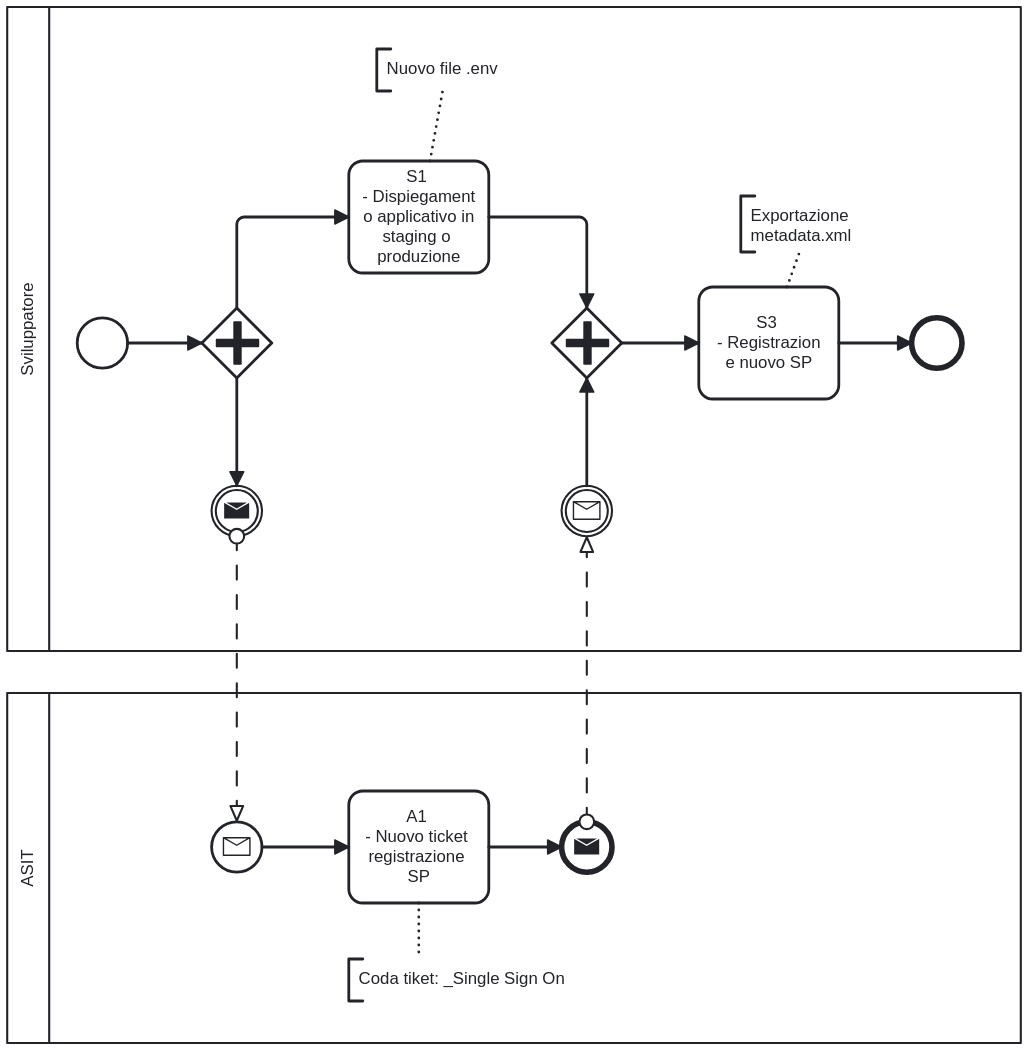
Piattaforme-Applicativi/soul-docs keeps this BPMN diagram as nextjs/diagrammi/auth-integration-workflow.svg. Above is the earlier version. Its source is kept beside it as nextjs/diagrammi/auth-integration-workflow.bpmn. Ids are renumbered.
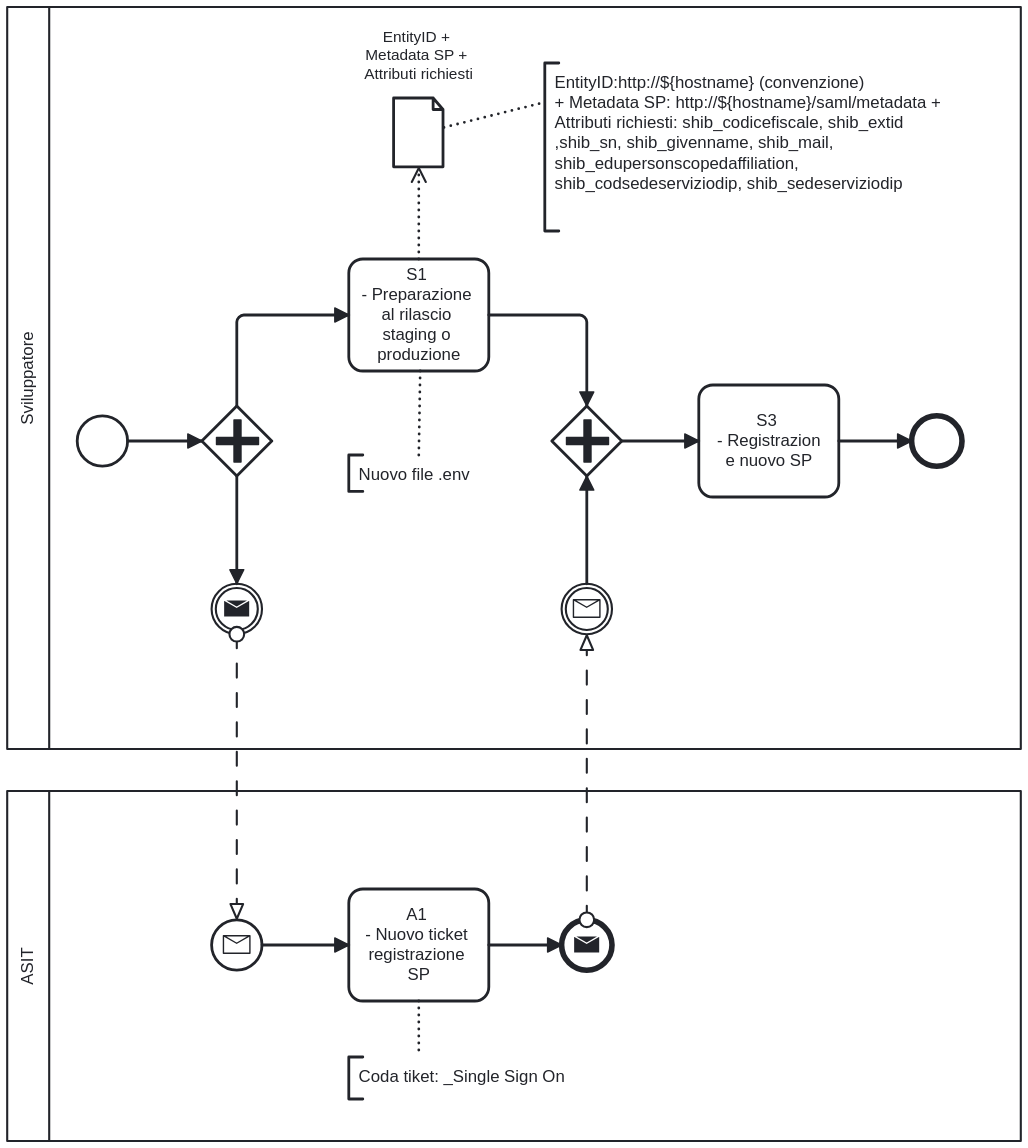
The same diagram one commit later.

Commit message:
NEW: Aggiunte note per il processo di rilascio in produzione o staging

What changed in the source:
```diff
@@ -7,14 +7,15 @@
     <bpmn:textAnnotation id="TextAnnotation_n13">
       <bpmn:text>Nuovo file .env</bpmn:text>
     </bpmn:textAnnotation>
-    <bpmn:textAnnotation id="TextAnnotation_n14">
-      <bpmn:text>Exportazione metadata.xml</bpmn:text>
-    </bpmn:textAnnotation>
     <bpmn:textAnnotation id="TextAnnotation_n15">
       <bpmn:text>Coda tiket: _Single Sign On</bpmn:text>
     </bpmn:textAnnotation>
-    <bpmn:association id="Association_n16" associationDirection="None" sourceRef="Activity_n17" targetRef="TextAnnotation_n14" />
+    <bpmn:textAnnotation id="TextAnnotation_n39">
+      <bpmn:text>EntityID:http://${hostname} (convenzione)  + Metadata SP: http://${hostname}/saml/metadata + Attributi richiesti: shib_codicefiscale, shib_extid ,shib_sn, shib_givenname, shib_mail, shib_edupersonscopedaffiliation, shib_codsedeserviziodip, shib_sedeserviziodip</bpmn:text>
+    </bpmn:textAnnotation>
+    <bpmn:association id="Association_n38" associationDirection="None" sourceRef="Activity_n34" targetRef="TextAnnotation_n15" />
     <bpmn:association id="Association_n18" associationDirection="None" sourceRef="Activity_n19" targetRef="TextAnnotation_n13" />
+    <bpmn:association id="Association_n40" associationDirection="None" sourceRef="DataObjectReference_n41" targetRef="TextAnnotation_n39" />
   </bpmn:collaboration>
   <bpmn:process id="Process_n4" isExecutable="false">
     <bpmn:startEvent id="StartEvent_n20">
@@ -37,16 +38,13 @@
       <bpmn:incoming>Flow_n30</bpmn:incoming>
       <bpmn:outgoing>Flow_n24</bpmn:outgoing>
     </bpmn:parallelGateway>
-    <bpmn:task id="Activity_n19" name="S1 - Dispiegamento applicativo in staging o produzione">
+    <bpmn:task id="Activity_n19" name="S1 - Preparazione al rilascio staging o produzione">
       <bpmn:incoming>Flow_n26</bpmn:incoming>
       <bpmn:outgoing>Flow_n29</bpmn:outgoing>
+      <bpmn:dataOutputAssociation id="DataOutputAssociation_n42">
+        <bpmn:targetRef>DataObjectReference_n41</bpmn:targetRef>
+      </bpmn:dataOutputAssociation>
     </bpmn:task>
-    <bpmn:sequenceFlow id="Flow_n21" sourceRef="StartEvent_n20" targetRef="Gateway_n25" />
-    <bpmn:sequenceFlow id="Flow_n23" sourceRef="Activity_n17" targetRef="Event_n22" />
-    <bpmn:sequenceFlow id="Flow_n24" sourceRef="Gateway_n28" targetRef="Activity_n17" />
-    <bpmn:sequenceFlow id="Flow_n26" sourceRef="Gateway_n25" targetRef="Activity_n19" />
-    <bpmn:sequenceFlow id="Flow_n29" sourceRef="Activity_n19" targetRef="Gateway_n28" />
-    <bpmn:sequenceFlow id="Flow_n27" sourceRef="Gateway_n25" targetRef="Event_n8" />
     <bpmn:intermediateThrowEvent id="Event_n8">
       <bpmn:incoming>Flow_n27</bpmn:incoming>
       <bpmn:messageEventDefinition id="MessageEventDefinition_n31" />
@@ -55,15 +53,21 @@
       <bpmn:outgoing>Flow_n30</bpmn:outgoing>
       <bpmn:messageEventDefinition id="MessageEventDefinition_n32" />
     </bpmn:intermediateCatchEvent>
+    <bpmn:dataObjectReference id="DataObjectReference_n41" name="EntityID + Metadata SP + Attributi richiesti" dataObjectRef="DataObject_n43" />
+    <bpmn:dataObject id="DataObject_n43" />
+    <bpmn:sequenceFlow id="Flow_n21" sourceRef="StartEvent_n20" targetRef="Gateway_n25" />
+    <bpmn:sequenceFlow id="Flow_n23" sourceRef="Activity_n17" targetRef="Event_n22" />
+    <bpmn:sequenceFlow id="Flow_n24" sourceRef="Gateway_n28" targetRef="Activity_n17" />
+    <bpmn:sequenceFlow id="Flow_n26" sourceRef="Gateway_n25" targetRef="Activity_n19" />
+    <bpmn:sequenceFlow id="Flow_n27" sourceRef="Gateway_n25" targetRef="Event_n8" />
+    <bpmn:sequenceFlow id="Flow_n29" sourceRef="Activity_n19" targetRef="Gateway_n28" />
     <bpmn:sequenceFlow id="Flow_n30" sourceRef="Event_n12" targetRef="Gateway_n28" />
   </bpmn:process>
   <bpmn:process id="Process_n6">
-    <bpmn:sequenceFlow id="Flow_n33" sourceRef="Event_n9" targetRef="Activity_n34" />
     <bpmn:startEvent id="Event_n9">
       <bpmn:outgoing>Flow_n33</bpmn:outgoing>
       <bpmn:messageEventDefinition id="MessageEventDefinition_n35" />
     </bpmn:startEvent>
-    <bpmn:sequenceFlow id="Flow_n36" sourceRef="Activity_n34" targetRef="Event_n11" />
     <bpmn:endEvent id="Event_n11">
       <bpmn:incoming>Flow_n36</bpmn:incoming>
       <bpmn:messageEventDefinition id="MessageEventDefinition_n37" />
@@ -72,123 +76,134 @@
       <bpmn:incoming>Flow_n33</bpmn:incoming>
       <bpmn:outgoing>Flow_n36</bpmn:outgoing>
     </bpmn:task>
-    <bpmn:association id="Association_n38" associationDirection="None" sourceRef="Activity_n34" targetRef="TextAnnotation_n15" />
+    <bpmn:sequenceFlow id="Flow_n33" sourceRef="Event_n9" targetRef="Activity_n34" />
+    <bpmn:sequenceFlow id="Flow_n36" sourceRef="Activity_n34" targetRef="Event_n11" />
   </bpmn:process>
   <bpmndi:BPMNDiagram id="BPMNDiagram_1">
     <bpmndi:BPMNPlane id="BPMNPlane_1" bpmnElement="Collaboration_n2">
       <bpmndi:BPMNShape id="Participant_n3_di" bpmnElement="Participant_n3" isHorizontal="true">
-        <dc:Bounds x="156" y="80" width="724" height="460" />
+        <dc:Bounds x="156" y="80" width="724" height="530" />
         <bpmndi:BPMNLabel />
       </bpmndi:BPMNShape>
       <bpmndi:BPMNShape id="_BPMNShape_StartEvent_2" bpmnElement="StartEvent_n20">
-        <dc:Bounds x="206" y="302" width="36" height="36" />
+        <dc:Bounds x="206" y="372" width="36" height="36" />
       </bpmndi:BPMNShape>
       <bpmndi:BPMNShape id="Event_n22_di" bpmnElement="Event_n22">
-        <dc:Bounds x="802" y="302" width="36" height="36" />
+        <dc:Bounds x="802" y="372" width="36" height="36" />
       </bpmndi:BPMNShape>
       <bpmndi:BPMNShape id="Activity_n17_di" bpmnElement="Activity_n17">
-        <dc:Bounds x="650" y="280" width="100" height="80" />
+        <dc:Bounds x="650" y="350" width="100" height="80" />
         <bpmndi:BPMNLabel />
       </bpmndi:BPMNShape>
       <bpmndi:BPMNShape id="Gateway_0pqk522_di" bpmnElement="Gateway_n25">
-        <dc:Bounds x="295" y="295" width="50" height="50" />
+        <dc:Bounds x="295" y="365" width="50" height="50" />
       </bpmndi:BPMNShape>
       <bpmndi:BPMNShape id="Gateway_0qbf2g2_di" bpmnElement="Gateway_n28">
-        <dc:Bounds x="545" y="295" width="50" height="50" />
+        <dc:Bounds x="545" y="365" width="50" height="50" />
       </bpmndi:BPMNShape>
       <bpmndi:BPMNShape id="Activity_n19_di" bpmnElement="Activity_n19">
-        <dc:Bounds x="400" y="190" width="100" height="80" />
+        <dc:Bounds x="400" y="260" width="100" height="80" />
         <bpmndi:BPMNLabel />
       </bpmndi:BPMNShape>
       <bpmndi:BPMNShape id="Event_1ingvuc_di" bpmnElement="Event_n8">
-        <dc:Bounds x="302" y="422" width="36" height="36" />
+        <dc:Bounds x="302" y="492" width="36" height="36" />
       </bpmndi:BPMNShape>
       <bpmndi:BPMNShape id="Event_0frurni_di" bpmnElement="Event_n12">
-        <dc:Bounds x="552" y="422" width="36" height="36" />
+        <dc:Bounds x="552" y="492" width="36" height="36" />
+      </bpmndi:BPMNShape>
+      <bpmndi:BPMNShape id="DataObjectReference_n41_di" bpmnElement="DataObjectReference_n41">
+        <dc:Bounds x="432" y="145" width="36" height="50" />
+        <bpmndi:BPMNLabel>
+          <dc:Bounds x="411" y="95" width="78" height="40" />
+        </bpmndi:BPMNLabel>
       </bpmndi:BPMNShape>
       <bpmndi:BPMNEdge id="Flow_n21_di" bpmnElement="Flow_n21">
-        <di:waypoint x="242" y="320" />
-        <di:waypoint x="295" y="320" />
+        <di:waypoint x="242" y="390" />
+        <di:waypoint x="295" y="390" />
       </bpmndi:BPMNEdge>
       <bpmndi:BPMNEdge id="Flow_n23_di" bpmnElement="Flow_n23">
-        <di:waypoint x="750" y="320" />
-        <di:waypoint x="802" y="320" />
+        <di:waypoint x="750" y="390" />
+        <di:waypoint x="802" y="390" />
       </bpmndi:BPMNEdge>
       <bpmndi:BPMNEdge id="Flow_n24_di" bpmnElement="Flow_n24">
-        <di:waypoint x="595" y="320" />
-        <di:waypoint x="650" y="320" />
+        <di:waypoint x="595" y="390" />
+        <di:waypoint x="650" y="390" />
       </bpmndi:BPMNEdge>
       <bpmndi:BPMNEdge id="Flow_n26_di" bpmnElement="Flow_n26">
-        <di:waypoint x="320" y="295" />
-        <di:waypoint x="320" y="230" />
-        <di:waypoint x="400" y="230" />
+        <di:waypoint x="320" y="365" />
+        <di:waypoint x="320" y="300" />
+        <di:waypoint x="400" y="300" />
+      </bpmndi:BPMNEdge>
+      <bpmndi:BPMNEdge id="Flow_n27_di" bpmnElement="Flow_n27">
+        <di:waypoint x="320" y="415" />
+        <di:waypoint x="320" y="492" />
       </bpmndi:BPMNEdge>
       <bpmndi:BPMNEdge id="Flow_n29_di" bpmnElement="Flow_n29">
-        <di:waypoint x="500" y="230" />
-        <di:waypoint x="570" y="230" />
-        <di:waypoint x="570" y="295" />
-      </bpmndi:BPMNEdge>
-      <bpmndi:BPMNEdge id="Flow_n27_di" bpmnElement="Flow_n27">
-        <di:waypoint x="320" y="345" />
-        <di:waypoint x="320" y="422" />
+        <di:waypoint x="500" y="300" />
+        <di:waypoint x="570" y="300" />
+        <di:waypoint x="570" y="365" />
       </bpmndi:BPMNEdge>
       <bpmndi:BPMNEdge id="Flow_n30_di" bpmnElement="Flow_n30">
-        <di:waypoint x="570" y="422" />
-        <di:waypoint x="570" y="345" />
+        <di:waypoint x="570" y="492" />
+        <di:waypoint x="570" y="415" />
       </bpmndi:BPMNEdge>
       <bpmndi:BPMNShape id="Participant_n5_di" bpmnElement="Participant_n5" isHorizontal="true">
-        <dc:Bounds x="156" y="570" width="724" height="250" />
+        <dc:Bounds x="156" y="640" width="724" height="250" />
         <bpmndi:BPMNLabel />
       </bpmndi:BPMNShape>
       <bpmndi:BPMNShape id="Event_0e9jybh_di" bpmnElement="Event_n9">
-        <dc:Bounds x="302" y="662" width="36" height="36" />
+        <dc:Bounds x="302" y="732" width="36" height="36" />
       </bpmndi:BPMNShape>
       <bpmndi:BPMNShape id="Event_03qghcw_di" bpmnElement="Event_n11">
-        <dc:Bounds x="552" y="662" width="36" height="36" />
+        <dc:Bounds x="552" y="732" width="36" height="36" />
       </bpmndi:BPMNShape>
       <bpmndi:BPMNShape id="Activity_n34_di" bpmnElement="Activity_n34">
-        <dc:Bounds x="400" y="640" width="100" height="80" />
+        <dc:Bounds x="400" y="710" width="100" height="80" />
         <bpmndi:BPMNLabel />
       </bpmndi:BPMNShape>
       <bpmndi:BPMNEdge id="Flow_n33_di" bpmnElement="Flow_n33">
-        <di:waypoint x="338" y="680" />
-        <di:waypoint x="400" y="680" />
+        <di:waypoint x="338" y="750" />
+        <di:waypoint x="400" y="750" />
       </bpmndi:BPMNEdge>
       <bpmndi:BPMNEdge id="Flow_n36_di" bpmnElement="Flow_n36">
-        <di:waypoint x="500" y="680" />
-        <di:waypoint x="552" y="680" />
+        <di:waypoint x="500" y="750" />
+        <di:waypoint x="552" y="750" />
+      </bpmndi:BPMNEdge>
+      <bpmndi:BPMNEdge id="Association_n18_di" bpmnElement="Association_n18">
+        <di:waypoint x="451" y="340" />
+        <di:waypoint x="450" y="400" />
+      </bpmndi:BPMNEdge>
+      <bpmndi:BPMNEdge id="Association_n40_di" bpmnElement="Association_n40">
+        <di:waypoint x="468" y="166" />
+        <di:waypoint x="540" y="148" />
       </bpmndi:BPMNEdge>
       <bpmndi:BPMNEdge id="Association_n38_di" bpmnElement="Association_n38">
-        <di:waypoint x="450" y="720" />
-        <di:waypoint x="450" y="760" />
+        <di:waypoint x="450" y="790" />
+        <di:waypoint x="450" y="830" />
       </bpmndi:BPMNEdge>
-      <bpmndi:BPMNShape id="TextAnnotation_n13_di" bpmnElement="TextAnnotation_n13">
-        <dc:Bounds x="420" y="110" width="100" height="30" />
+      <bpmndi:BPMNShape id="TextAnnotation_n15_di" bpmnElement="TextAnnotation_n15">
+        <dc:Bounds x="400" y="830" width="180" height="30" />
         <bpmndi:BPMNLabel />
       </bpmndi:BPMNShape>
-      <bpmndi:BPMNShape id="TextAnnotation_n14_di" bpmnElement="TextAnnotation_n14">
-        <dc:Bounds x="680" y="215" width="100" height="40" />
+      <bpmndi:BPMNShape id="TextAnnotation_n13_di" bpmnElement="TextAnnotation_n13">
+        <dc:Bounds x="400" y="400" width="100" height="26" />
         <bpmndi:BPMNLabel />
       </bpmndi:BPMNShape>
-      <bpmndi:BPMNShape id="TextAnnotation_n15_di" bpmnElement="TextAnnotation_n15">
-        <dc:Bounds x="400" y="760" width="180" height="30" />
+      <bpmndi:BPMNShape id="TextAnnotation_n39_di" bpmnElement="TextAnnotation_n39">
+        <dc:Bounds x="540" y="120" width="320" height="120" />
         <bpmndi:BPMNLabel />
       </bpmndi:BPMNShape>
+      <bpmndi:BPMNEdge id="DataOutputAssociation_n42_di" bpmnElement="DataOutputAssociation_n42">
+        <di:waypoint x="450" y="260" />
+        <di:waypoint x="450" y="195" />
+      </bpmndi:BPMNEdge>
       <bpmndi:BPMNEdge id="Flow_n7_di" bpmnElement="Flow_n7">
-        <di:waypoint x="320" y="458" />
-        <di:waypoint x="320" y="662" />
+        <di:waypoint x="320" y="528" />
+        <di:waypoint x="320" y="732" />
       </bpmndi:BPMNEdge>
       <bpmndi:BPMNEdge id="Flow_n10_di" bpmnElement="Flow_n10">
-        <di:waypoint x="570" y="662" />
-        <di:waypoint x="570" y="458" />
-      </bpmndi:BPMNEdge>
-      <bpmndi:BPMNEdge id="Association_n16_di" bpmnElement="Association_n16">
-        <di:waypoint x="713" y="280" />
-        <di:waypoint x="722" y="255" />
-      </bpmndi:BPMNEdge>
-      <bpmndi:BPMNEdge id="Association_n18_di" bpmnElement="Association_n18">
-        <di:waypoint x="458" y="190" />
-        <di:waypoint x="467" y="140" />
+        <di:waypoint x="570" y="732" />
+        <di:waypoint x="570" y="528" />
       </bpmndi:BPMNEdge>
     </bpmndi:BPMNPlane>
   </bpmndi:BPMNDiagram>
```
